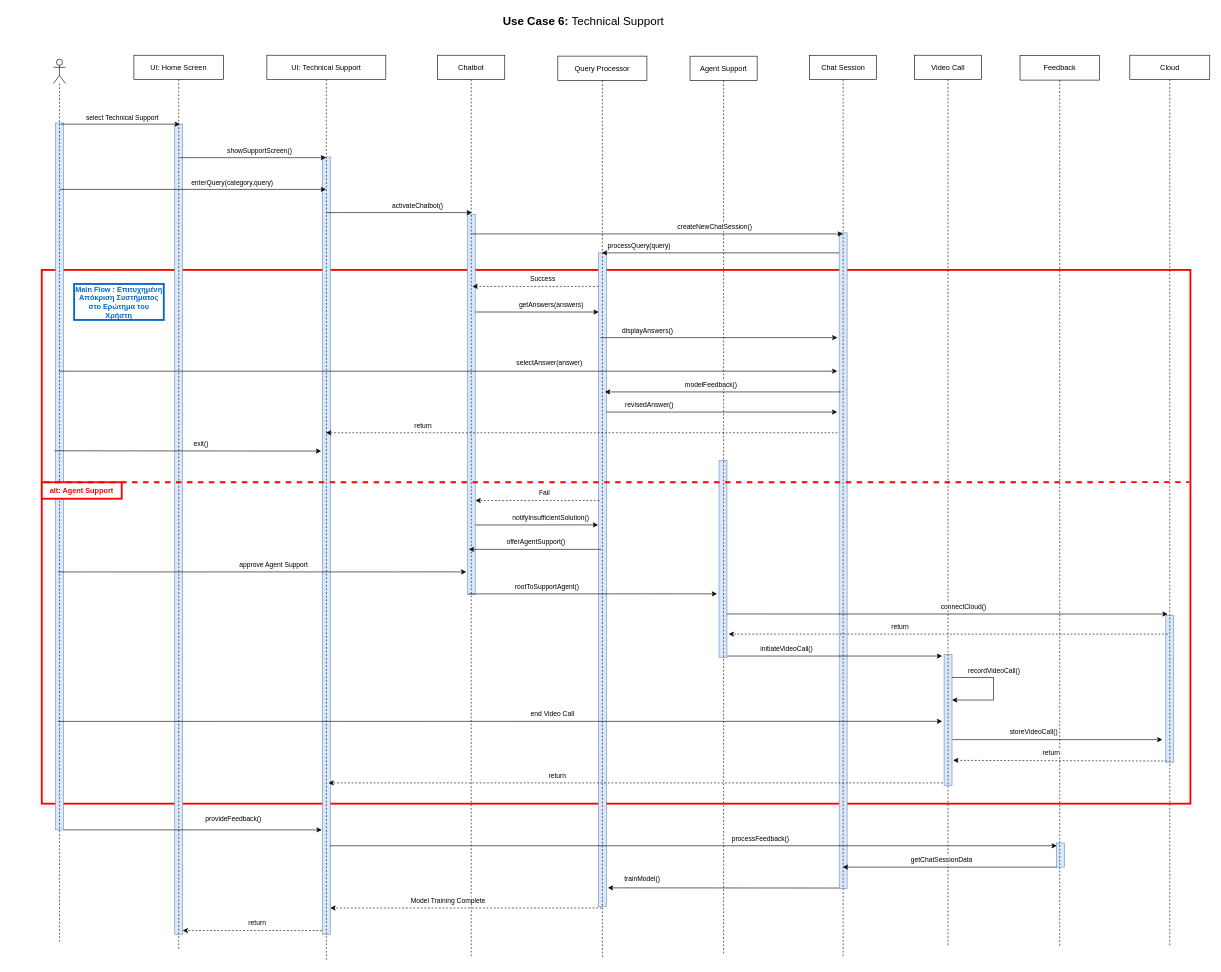
Earlier version of the draw.io diagram page "Use Case 6: Sequence" (6 of 9) of drawio/Sequences.drawio (ChristineGi/LeaseIt). Source tidied: cells renumbered, new cells numbered last; positions are measured from the earlier drawing's top-left corner, leaving out a move shared by most shapes. Both pictures are drawn from the tidied source at 61%, with x=0, y=0 at pixel (41, 10).
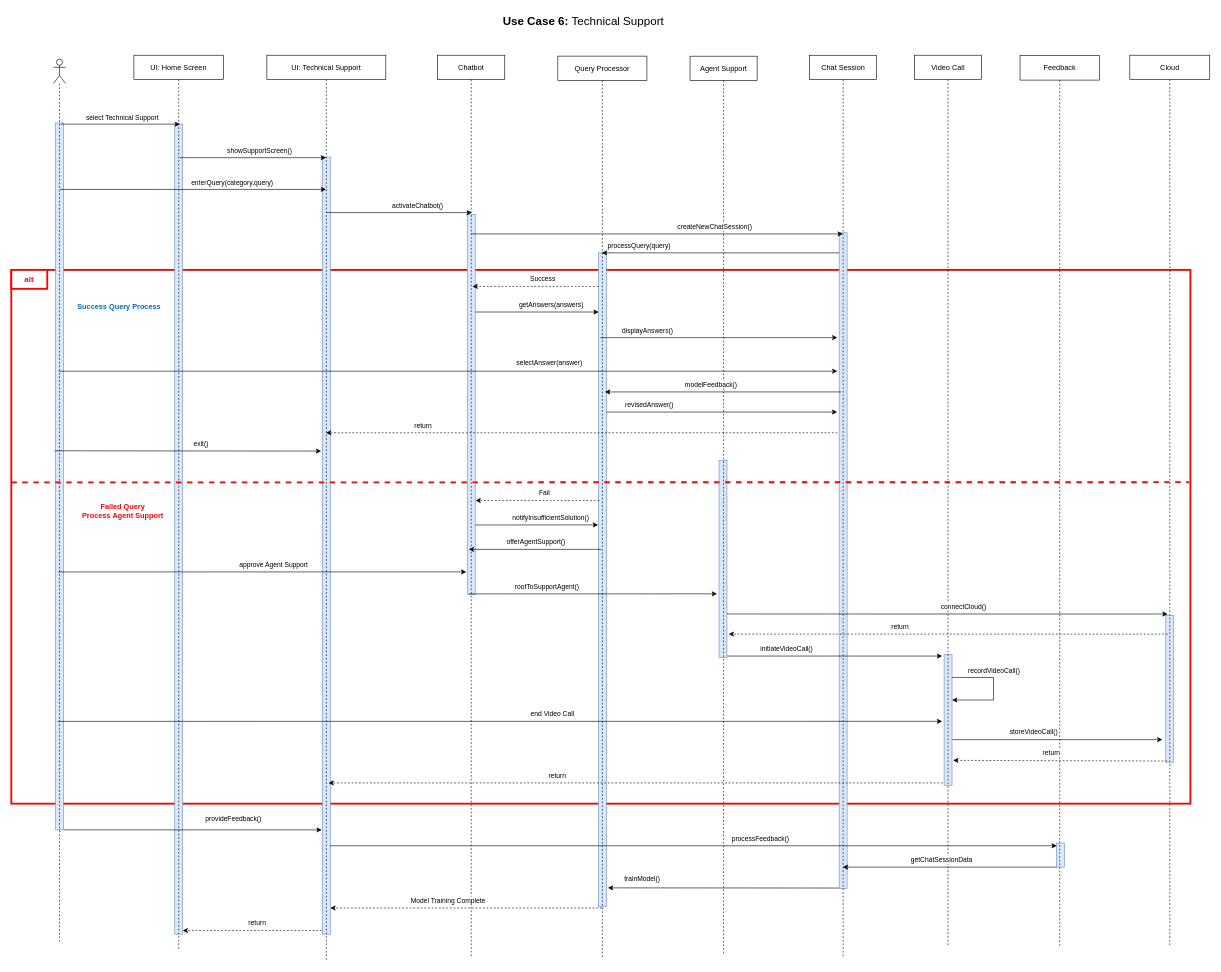
The same page after the edit.

Diff of the diagram source:
```diff
@@
     <mxCell id="2" style="rounded=0;whiteSpace=wrap;html=1;fillColor=none;strokeColor=#FF0000;strokeWidth=3;" parent="1" vertex="1">
-      <mxGeometry y="425" width="1883" height="875" as="geometry" />
+      <mxGeometry x="-50" y="425" width="1933" height="875" as="geometry" />
     </mxCell>
@@
-    <mxCell id="81" value="&lt;font color=&quot;#ff0000&quot;&gt;&lt;b&gt;alt: Agent Support&lt;/b&gt;&lt;/font&gt;" style="rounded=0;whiteSpace=wrap;html=1;fillColor=default;strokeColor=#FF0000;strokeWidth=3;" parent="1" vertex="1">
-      <mxGeometry y="773.1" width="131" height="27" as="geometry" />
-    </mxCell>
-    <mxCell id="82" style="edgeStyle=orthogonalEdgeStyle;rounded=0;orthogonalLoop=1;jettySize=auto;html=1;exitX=0.5;exitY=1;exitDx=0;exitDy=0;" parent="1" edge="1" source="81" target="81">
-      <mxGeometry relative="1" as="geometry" />
+    <mxCell id="82" style="edgeStyle=orthogonalEdgeStyle;rounded=0;orthogonalLoop=1;jettySize=auto;html=1;exitX=0.5;exitY=1;exitDx=0;exitDy=0;" parent="1" edge="1">
+      <mxGeometry relative="1" as="geometry">
+        <mxPoint x="65.5" y="800.1" as="sourcePoint" />
+        <mxPoint x="65.5" y="800.1" as="targetPoint" />
+      </mxGeometry>
     </mxCell>
@@
-    <mxCell id="90" style="endArrow=none;dashed=1;html=1;strokeWidth=3;rounded=0;strokeColor=#FF0000;" parent="1" edge="1">
+    <mxCell id="90" style="endArrow=none;dashed=1;html=1;strokeWidth=3;rounded=0;strokeColor=#FF0000;exitX=0;exitY=0.398;exitDx=0;exitDy=0;exitPerimeter=0;" parent="1" edge="1" source="2">
       <mxGeometry relative="1" as="geometry">
-        <mxPoint x="4" y="773.1" as="sourcePoint" />
         <mxPoint x="1881" y="773" as="targetPoint" />
       </mxGeometry>
     </mxCell>
-    <mxCell id="91" value="&lt;b style=&quot;&quot;&gt;&lt;font color=&quot;#0066cc&quot;&gt;Main Flow : Επιτυχημένη Απόκριση Συστήματος στο Ερώτημα του Χρήστη&lt;/font&gt;&lt;/b&gt;" style="rounded=0;whiteSpace=wrap;html=1;fillColor=default;strokeColor=#0066CC;strokeWidth=3;" parent="1" vertex="1">
-      <mxGeometry x="53" y="448" width="147" height="59" as="geometry" />
+    <mxCell id="91" value="&lt;b style=&quot;&quot;&gt;&lt;font color=&quot;#0066cc&quot;&gt;Success Query Process&lt;/font&gt;&lt;/b&gt;" style="rounded=0;whiteSpace=wrap;html=1;fillColor=default;strokeColor=none;strokeWidth=3;" parent="1" vertex="1">
+      <mxGeometry x="57" y="472" width="140" height="27" as="geometry" />
     </mxCell>
@@
+    <mxCell id="94" value="&lt;font color=&quot;#ff0000&quot;&gt;&lt;b style=&quot;font-size: 13px;&quot;&gt;alt&lt;/b&gt;&lt;/font&gt;" style="rounded=0;whiteSpace=wrap;html=1;fillColor=default;strokeColor=#FF0000;strokeWidth=3;" parent="1" vertex="1">
+      <mxGeometry x="-50" y="425" width="59" height="31" as="geometry" />
+    </mxCell>
+    <mxCell id="95" value="&lt;font color=&quot;#ff0000&quot;&gt;&lt;b style=&quot;&quot;&gt;Failed Query Process&amp;nbsp;&lt;/b&gt;&lt;b style=&quot;&quot;&gt;Agent Support&lt;/b&gt;&lt;/font&gt;" style="rounded=0;whiteSpace=wrap;html=1;fillColor=default;strokeColor=none;strokeWidth=3;" parent="1" vertex="1">
+      <mxGeometry x="65" y="806" width="136" height="27" as="geometry" />
+    </mxCell>
```
